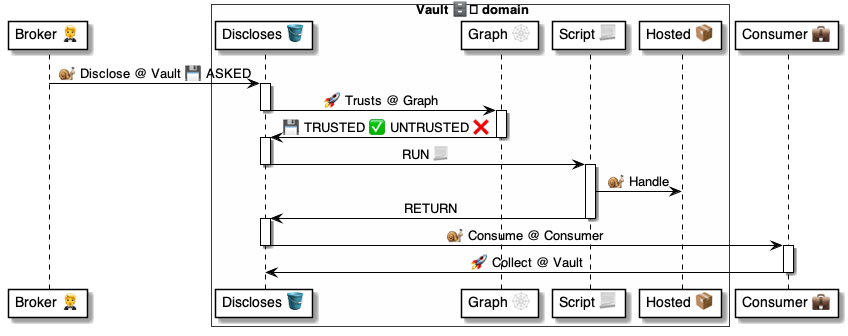
Earlier version of the PlantUML export 4 ⚙️ Solution/41 🎭 Domain Roles/Vaults 🗄️/🗄️🪣 Vault tables/Discloses 💼 table/🪣 Discloses/🗄️ Vault.Discloses ⚙️ uml.png (pollyweb-org/pollyweb-docs). Its source is kept beside it as 4 ⚙️ Solution/41 🎭 Domain Roles/Vaults 🗄️/🗄️🪣 Vault tables/Discloses 💼 table/🪣 Discloses/🗄️ Vault.Discloses ⚙️ uml.puml.
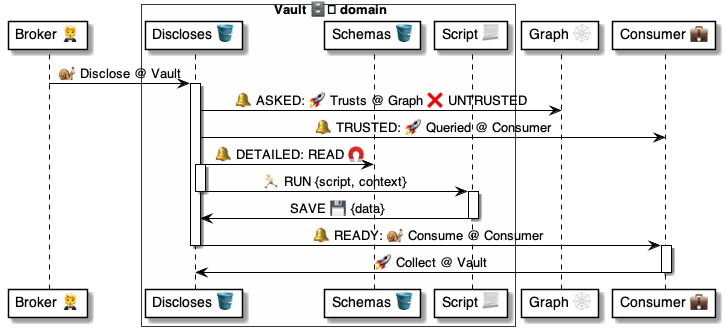
The same diagram one commit later.

The edit, as a diff of the source:
```diff
@@ -4,35 +4,28 @@
 
 box Vault 🗄️ domain #FFFFFA
     participant "Discloses 🪣" as table
-    participant "Graph 🕸" as graph
+    participant "Schemas 🪣" as schemas
     participant "Script 📃" as handler
-    participant "Hosted 📦" as hosted
 end box
+participant "Graph 🕸" as graph
 participant "Consumer 💼" as consumer
 
 
-broker -> table: 🐌 Disclose @ Vault 💾 ASKED
+broker -> table: 🐌 Disclose @ Vault
 
 activate table
-    table -> graph: 🚀 Trusts @ Graph
-deactivate table
+    table -> graph: 🔔 ASKED: 🚀 Trusts @ Graph ❌ UNTRUSTED
+    table -> consumer: 🔔 TRUSTED: 🚀 Queried @ Consumer
+    table -> schemas: 🔔 DETAILED: READ 🧲
 
-activate graph
-    graph -> table: 💾 TRUSTED ✅ UNTRUSTED ❌
-deactivate graph
+    activate table
+        table -> handler: 🏃 RUN {script, context}
+    deactivate table
+    activate handler
+        handler -> table: SAVE 💾 {data}
+    deactivate handler
 
-activate table
-    table -> handler: RUN 📃
-deactivate table
-
-activate handler
-    handler -> hosted: 🐌 Handle
-    handler -> table: RETURN
-deactivate handler
-
-
-activate table
-    table -> consumer: 🐌 Consume @ Consumer
+    table -> consumer: 🔔 READY: 🐌 Consume @ Consumer
 deactivate table
 
 activate consumer
```
